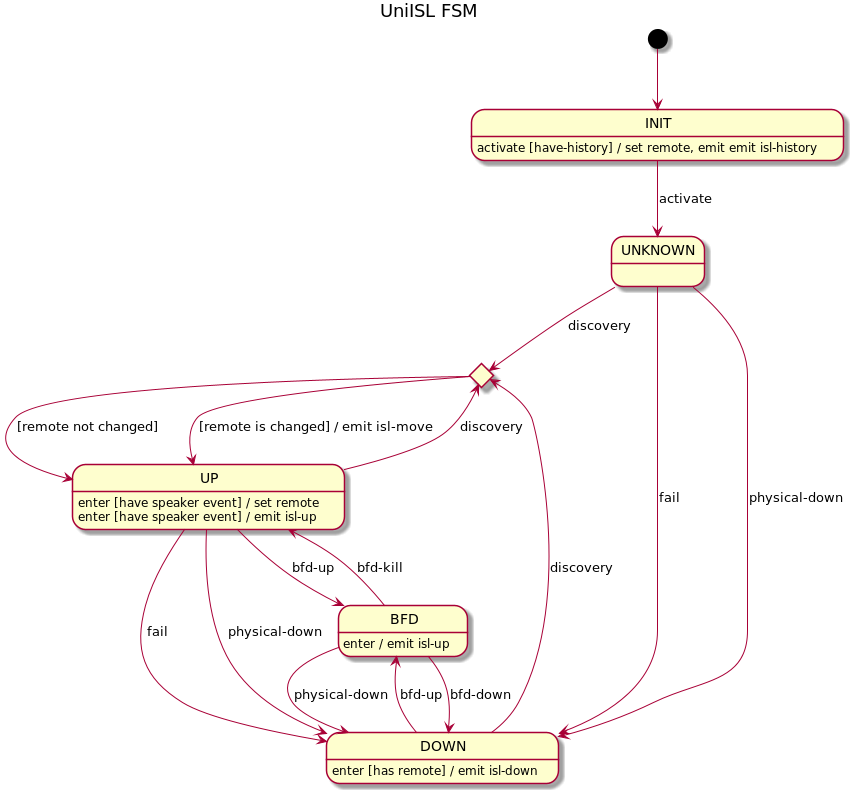
Before: docs/design/network-discovery/uni-isl-FSM.png, a diagram exported from PlantUML (telstra/open-kilda).
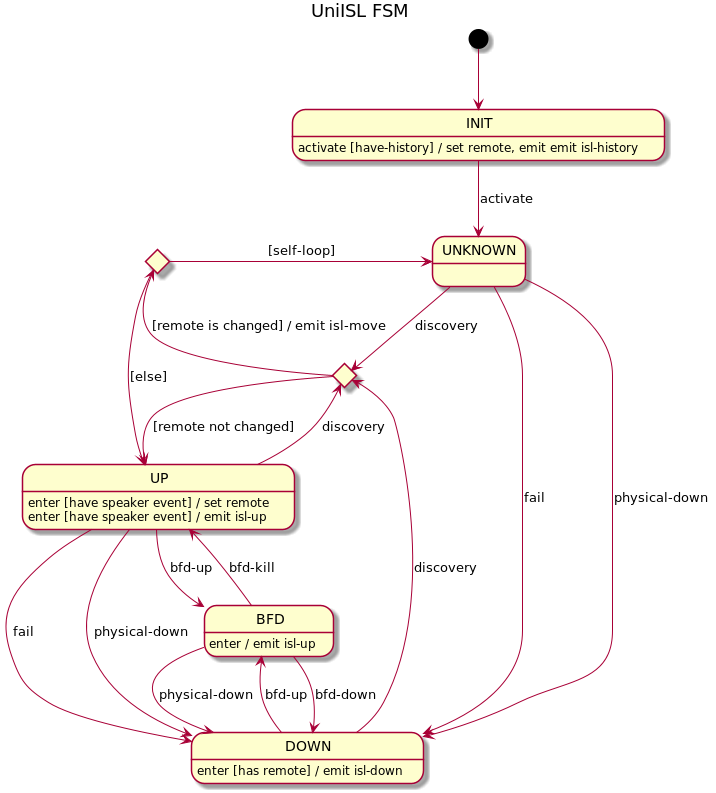
Above is the later version.

Commit message:
Detect and handle self looped ISL

Change to the diagram source:
```diff
@@ -19,8 +19,13 @@
 UP : enter [have speaker event] / set remote
 UP : enter [have speaker event] / emit isl-up
 
+state selfLoopChoice <<choice>>
+
 moveChoice --> UP : [remote not changed]
-moveChoice --> UP : [remote is changed] / emit isl-move
+moveChoice --> selfLoopChoice : [remote is changed] / emit isl-move
+
+selfLoopChoice --> UP : [else]
+selfLoopChoice -r-> UNKNOWN : [self-loop]
 
 DOWN --> moveChoice : discovery
 DOWN --> BFD : bfd-up
```
